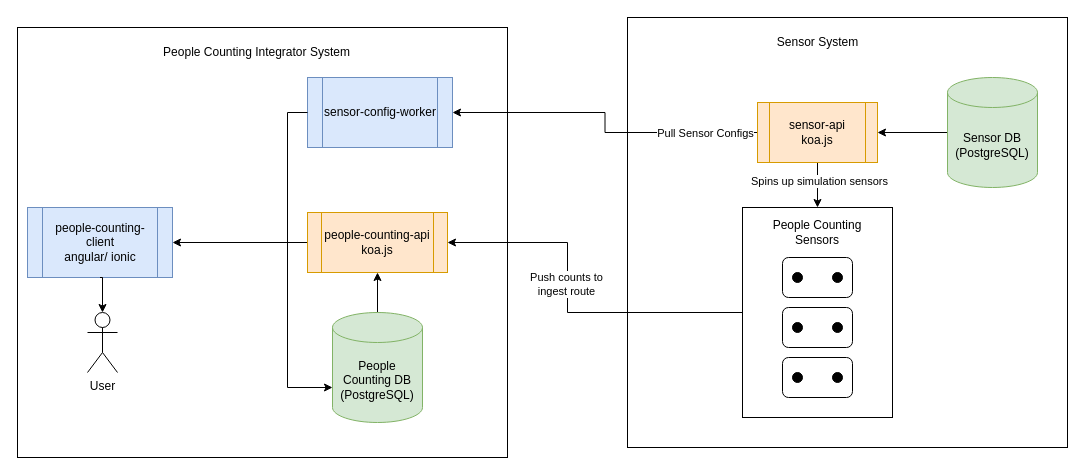
The draw.io diagram docs/architecture/people-counting-demo.drawio in LaneMMII/people-counting-demo, before the edit. Source tidied: cells renumbered, new cells numbered last; positions are measured from the earlier drawing's top-left corner, leaving out a move shared by most shapes. Both pictures are drawn from the tidied source at 100%, with x=0, y=0 at pixel (17, 17).
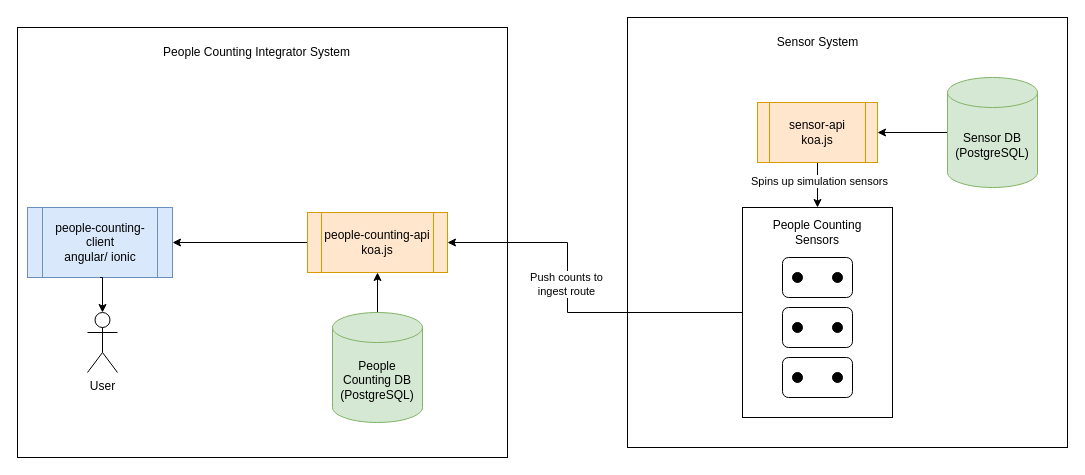
The same diagram, later.

Commit message (it also covers changes not shown here):
update architecture diagrams

Unchanged cells that the change refers to:
```xml
<mxCell id="15" value="sensor-api&lt;div&gt;koa.js&lt;/div&gt;" style="shape=process;whiteSpace=wrap;html=1;backgroundOutline=1;fillColor=#ffe6cc;strokeColor=#d79b00;" parent="1" vertex="1">
  <mxGeometry x="740" y="85" width="120" height="60" as="geometry" />
</mxCell>
<mxCell id="33" value="People Counting DB&lt;div&gt;(PostgreSQL)&lt;/div&gt;" style="shape=cylinder3;whiteSpace=wrap;html=1;boundedLbl=1;backgroundOutline=1;size=15;fillColor=#d5e8d4;strokeColor=#82b366;" parent="1" vertex="1">
  <mxGeometry x="315" y="295" width="90" height="110" as="geometry" />
</mxCell>
```

Change to the diagram source:
```diff
@@
-    <mxCell id="13" style="edgeStyle=orthogonalEdgeStyle;rounded=0;jettySize=auto;html=1;exitX=0;exitY=0.5;exitDx=0;exitDy=0;entryX=1;entryY=0.5;entryDx=0;entryDy=0;" parent="1" edge="1" source="15" target="36">
-      <mxGeometry relative="1" as="geometry" />
-    </mxCell>
-    <mxCell id="14" value="Pull Sensor Configs" style="edgeLabel;html=1;align=center;verticalAlign=middle;" parent="13" vertex="1">
-      <mxGeometry x="-0.43" y="-3" relative="1" as="geometry">
-        <mxPoint x="40" y="3" as="offset" />
-      </mxGeometry>
-    </mxCell>
@@
-    <mxCell id="36" value="sensor-config-worker" style="shape=process;whiteSpace=wrap;html=1;backgroundOutline=1;fillColor=#dae8fc;strokeColor=#6c8ebf;" parent="1" vertex="1">
-      <mxGeometry x="290" y="60" width="145" height="70" as="geometry" />
-    </mxCell>
@@
-    <mxCell id="38" style="edgeStyle=orthogonalEdgeStyle;rounded=0;jettySize=auto;html=1;exitX=0;exitY=0.5;exitDx=0;exitDy=0;entryX=0;entryY=0;entryDx=0;entryDy=75;entryPerimeter=0;" parent="1" edge="1" source="36" target="33">
-      <mxGeometry relative="1" as="geometry" />
-    </mxCell>
```
